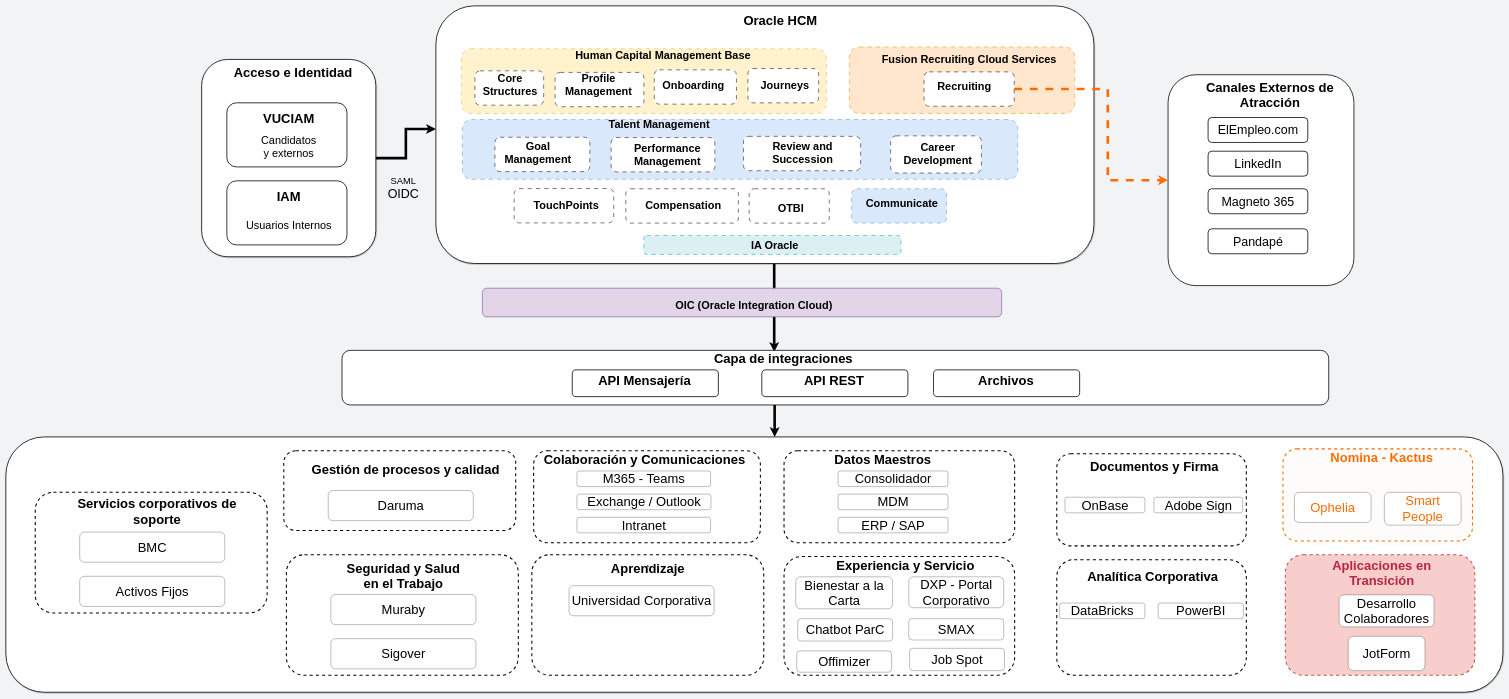
Above: page "Page-2" (2 of 2) of HCM.drawio in carlosvalderrama1204/diagrams (draw.io), before the change. Source tidied: cells renumbered, new cells numbered last; positions are measured from the earlier drawing's top-left corner, leaving out a move shared by most shapes. Both pictures are drawn from the tidied source at 26%, with x=0, y=0 at pixel (6, 6).
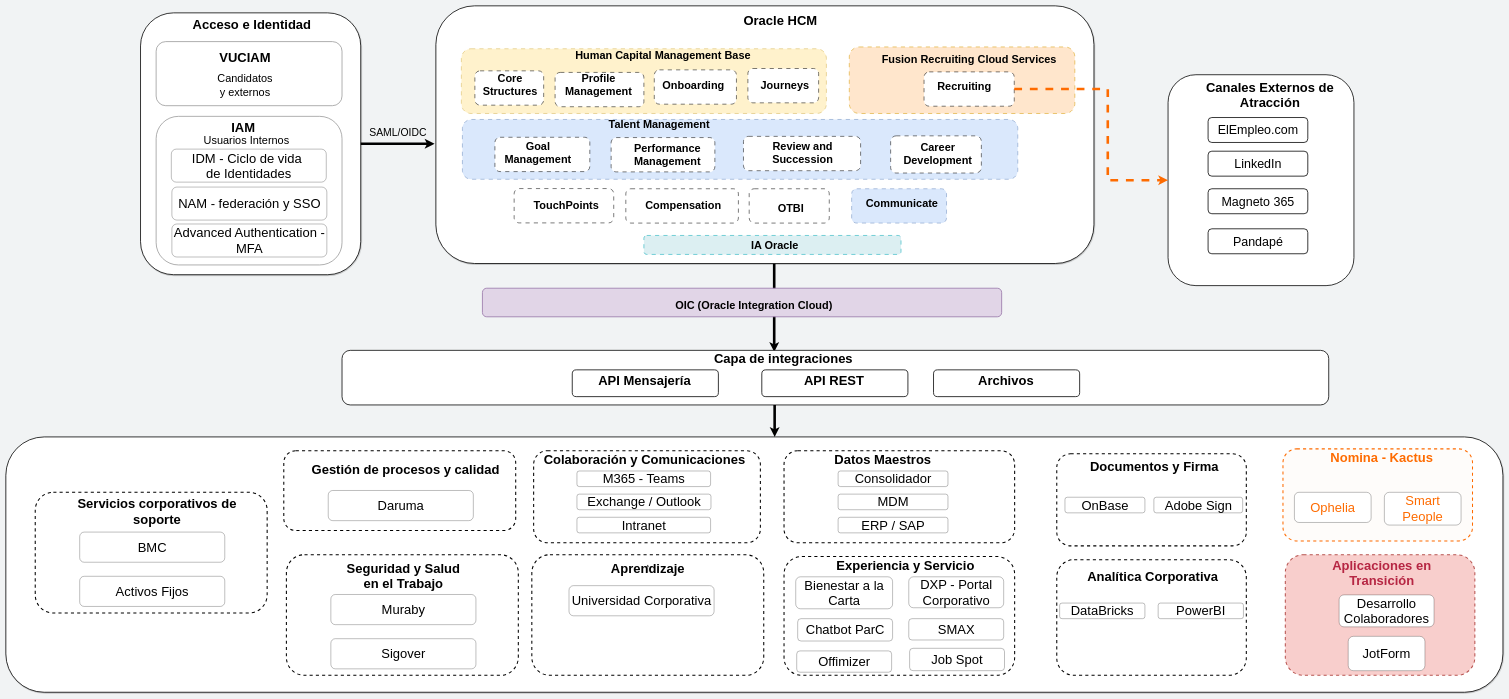
The same diagram, later.

Unchanged cells that the change refers to:
```xml
<mxCell id="3" style="rounded=1;whiteSpace=wrap;html=1;gradientColor=none;shadow=1;glass=0;fontSize=50;strokeWidth=3;" parent="1" vertex="1">
  <mxGeometry x="1654" width="2531" height="991" as="geometry" />
</mxCell>
```

Diff of the diagram source:
```diff
@@
     <mxCell id="8" style="rounded=1;whiteSpace=wrap;html=1;fontSize=50;strokeWidth=3;shadow=1;" parent="1" vertex="1">
-      <mxGeometry x="753" y="206" width="670" height="759" as="geometry" />
+      <mxGeometry x="518" y="27" width="847" height="1007" as="geometry" />
     </mxCell>
@@
-    <mxCell id="10" style="rounded=1;whiteSpace=wrap;html=1;fontSize=50;strokeWidth=3;" parent="1" vertex="1">
-      <mxGeometry x="850" y="373" width="462" height="246.5" as="geometry" />
+    <mxCell id="10" style="rounded=1;whiteSpace=wrap;html=1;fontSize=50;strokeWidth=3;strokeColor=#999999;" parent="1" vertex="1">
+      <mxGeometry x="578" y="137.5" width="715" height="246.5" as="geometry" />
     </mxCell>
     <mxCell id="11" value="VUCIAM" style="text;html=1;whiteSpace=wrap;strokeColor=none;fillColor=none;align=center;verticalAlign=middle;rounded=0;fontStyle=1;fontSize=50;strokeWidth=3;" parent="1" vertex="1">
-      <mxGeometry x="1058" y="417.5" width="60" height="30" as="geometry" />
+      <mxGeometry x="890" y="182" width="60" height="30" as="geometry" />
     </mxCell>
     <mxCell id="12" value="Candidatos y externos" style="text;html=1;whiteSpace=wrap;strokeColor=none;fillColor=none;align=center;verticalAlign=middle;rounded=0;fontSize=42;strokeWidth=3;" parent="1" vertex="1">
-      <mxGeometry x="1058" y="526.5" width="60" height="30" as="geometry" />
+      <mxGeometry x="890" y="291" width="60" height="30" as="geometry" />
     </mxCell>
     <mxCell id="13" value="Acceso e Identidad" style="text;html=1;whiteSpace=wrap;strokeColor=none;fillColor=none;align=center;verticalAlign=middle;rounded=0;fontStyle=1;fontSize=50;strokeWidth=3;" parent="1" vertex="1">
-      <mxGeometry x="856" y="241" width="497" height="30" as="geometry" />
+      <mxGeometry x="698" y="55.9" width="497" height="30" as="geometry" />
     </mxCell>
@@
-    <mxCell id="20" style="edgeStyle=orthogonalEdgeStyle;rounded=0;jettySize=auto;html=1;entryX=0;entryY=0.478;entryDx=0;entryDy=0;entryPerimeter=0;fontSize=50;strokeWidth=10;" parent="1" edge="1" source="8" target="3">
-      <mxGeometry relative="1" as="geometry" />
+    <mxCell id="20" style="edgeStyle=orthogonalEdgeStyle;rounded=0;jettySize=auto;html=1;fontSize=50;strokeWidth=10;" parent="1" edge="1" source="8">
+      <mxGeometry relative="1" as="geometry">
+        <mxPoint x="1648.9" y="530.6" as="targetPoint" />
+      </mxGeometry>
     </mxCell>
@@
-    <mxCell id="102" style="rounded=1;whiteSpace=wrap;html=1;fontSize=50;strokeWidth=3;" parent="1" vertex="1">
-      <mxGeometry x="850" y="673" width="462" height="246.5" as="geometry" />
+    <mxCell id="102" style="rounded=1;whiteSpace=wrap;html=1;fontSize=50;strokeWidth=3;strokeColor=#999999;" parent="1" vertex="1">
+      <mxGeometry x="578" y="425" width="715" height="571.5" as="geometry" />
     </mxCell>
     <mxCell id="103" value="IAM" style="text;html=1;whiteSpace=wrap;strokeColor=none;fillColor=none;align=center;verticalAlign=middle;rounded=0;fontStyle=1;fontSize=50;strokeWidth=3;" parent="1" vertex="1">
-      <mxGeometry x="1058" y="717.5" width="60" height="30" as="geometry" />
+      <mxGeometry x="883" y="450.5" width="60" height="30" as="geometry" />
     </mxCell>
     <mxCell id="104" value="Usuarios Internos" style="text;html=1;whiteSpace=wrap;strokeColor=none;fillColor=none;align=center;verticalAlign=middle;rounded=0;fontSize=42;strokeWidth=3;" parent="1" vertex="1">
-      <mxGeometry x="901.8" y="829.5" width="372.5" height="30" as="geometry" />
+      <mxGeometry x="738.8" y="503.5" width="372.5" height="30" as="geometry" />
     </mxCell>
@@
-    <mxCell id="116" value="&lt;font style=&quot;font-size: 36px;&quot;&gt;SAML&lt;/font&gt;&lt;div&gt;&lt;font style=&quot;font-size: 48px;&quot;&gt;OIDC&lt;/font&gt;&lt;/div&gt;" style="text;html=1;whiteSpace=wrap;strokeColor=none;fillColor=none;align=center;verticalAlign=middle;rounded=0;" parent="1" vertex="1">
-      <mxGeometry x="1499" y="687.5" width="60" height="30" as="geometry" />
-    </mxCell>
+    <mxCell id="117" value="IDM - Ciclo de vida&amp;nbsp;&lt;div&gt;de Identidades&lt;/div&gt;" style="rounded=1;whiteSpace=wrap;html=1;fontSize=50;" parent="1" vertex="1">
+      <mxGeometry x="636.4" y="551" width="596" height="127" as="geometry" />
+    </mxCell>
+    <mxCell id="118" value="NAM - federación y SSO" style="rounded=1;whiteSpace=wrap;html=1;fontSize=50;" parent="1" vertex="1">
+      <mxGeometry x="638.6" y="697" width="596" height="127" as="geometry" />
+    </mxCell>
+    <mxCell id="119" value="Advanced Authentication - MFA" style="rounded=1;whiteSpace=wrap;html=1;fontSize=50;" parent="1" vertex="1">
+      <mxGeometry x="638.6" y="839" width="596" height="127" as="geometry" />
+    </mxCell>
+    <mxCell id="120" value="SAML/OIDC" style="text;html=1;whiteSpace=wrap;strokeColor=none;fillColor=none;align=center;verticalAlign=middle;rounded=0;fontSize=40;" parent="1" vertex="1">
+      <mxGeometry x="1350" y="472" width="316" height="30" as="geometry" />
+    </mxCell>
```
